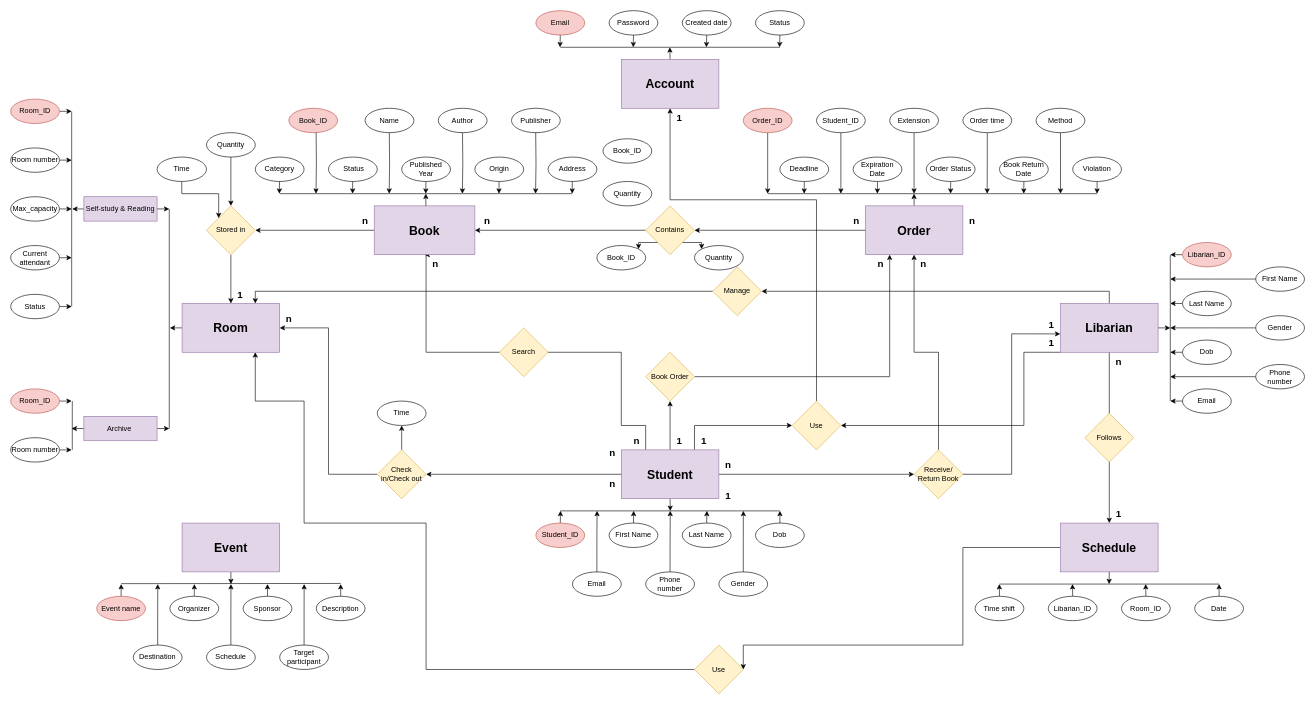
This is erd.drawio from Dovanvu09/LibraryManagement, a draw.io file, before an edit. Source tidied: cells renumbered, new cells numbered last; positions are measured from the earlier drawing's top-left corner, leaving out a move shared by most shapes. Both pictures are drawn from the tidied source at 61%, with x=0, y=0 at pixel (10, 10).
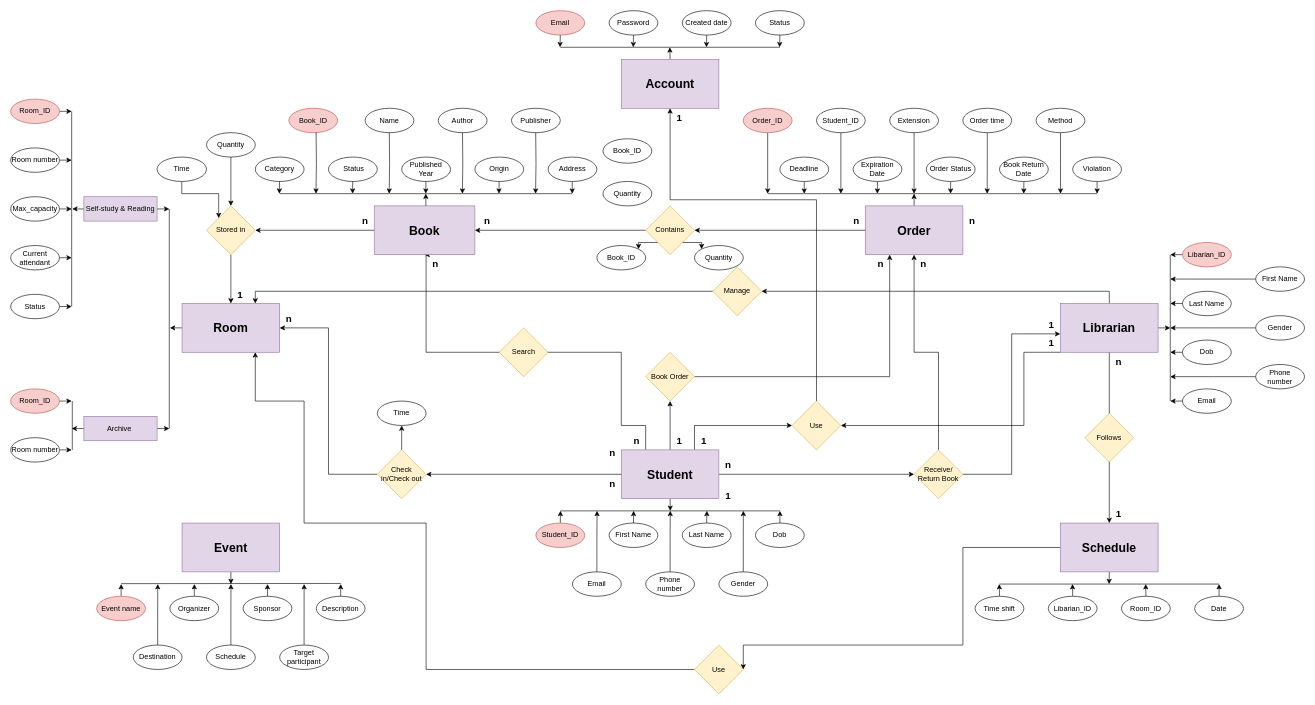
The same page after the edit.

Change to the diagram source:
```diff
@@
-    <mxCell id="15" value="&lt;b&gt;&lt;font style=&quot;font-size: 20px;&quot;&gt;Libarian&lt;/font&gt;&lt;/b&gt;" style="rounded=0;whiteSpace=wrap;html=1;fillColor=#e1d5e7;strokeColor=#9673a6;" parent="1" vertex="1">
+    <mxCell id="15" value="&lt;b&gt;&lt;font style=&quot;font-size: 20px;&quot;&gt;Librarian&lt;/font&gt;&lt;/b&gt;" style="rounded=0;whiteSpace=wrap;html=1;fillColor=#e1d5e7;strokeColor=#9673a6;" parent="1" vertex="1">
       <mxGeometry x="1721" y="480" width="160" height="80" as="geometry" />
     </mxCell>
```
